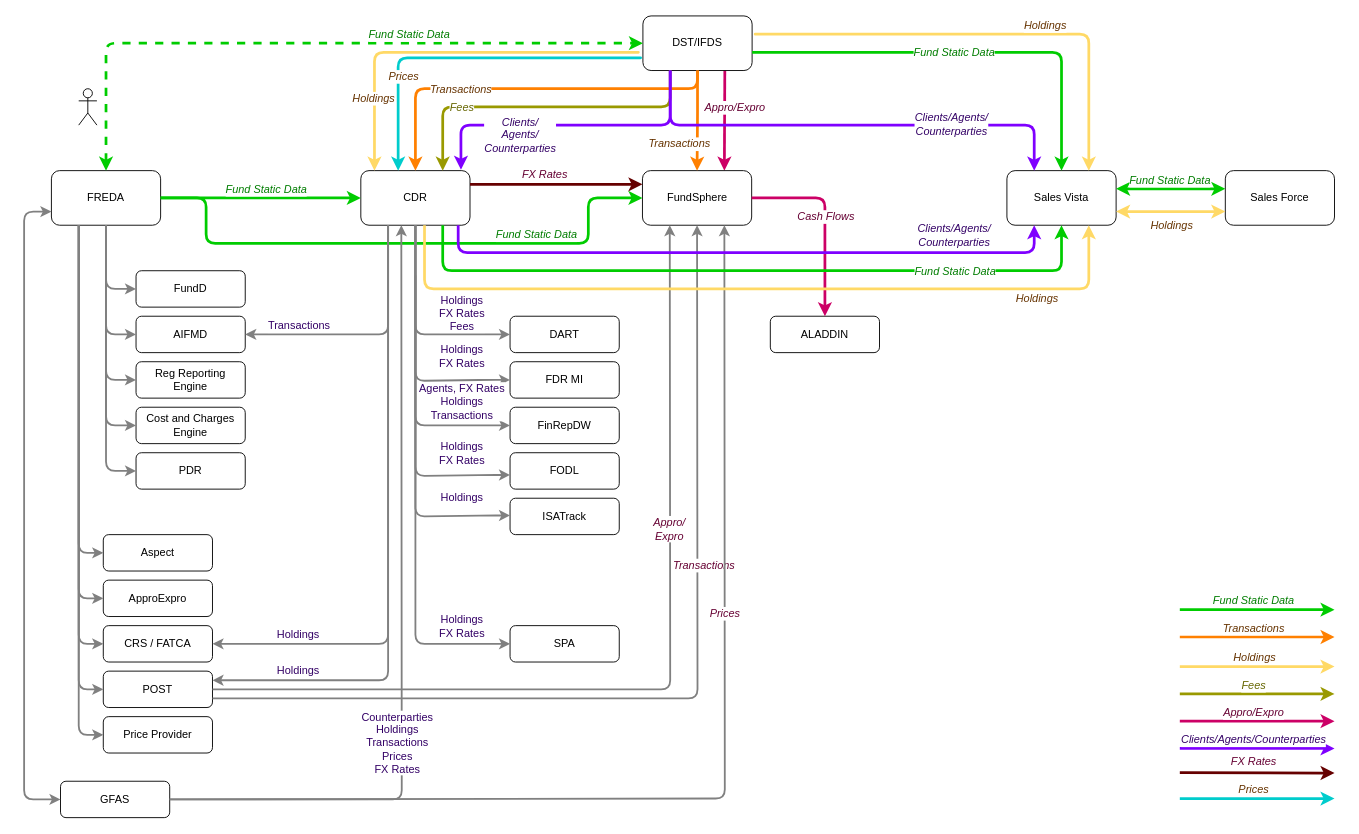
Before: GOS TA data flows.drawio in rodinan/Price-Provider, a draw.io diagram. Source tidied: cells renumbered, new cells numbered last; positions are measured from the earlier drawing's top-left corner, leaving out a move shared by most shapes. Both pictures are drawn from the tidied source at 91%, with x=0, y=0 at pixel (24, 15).
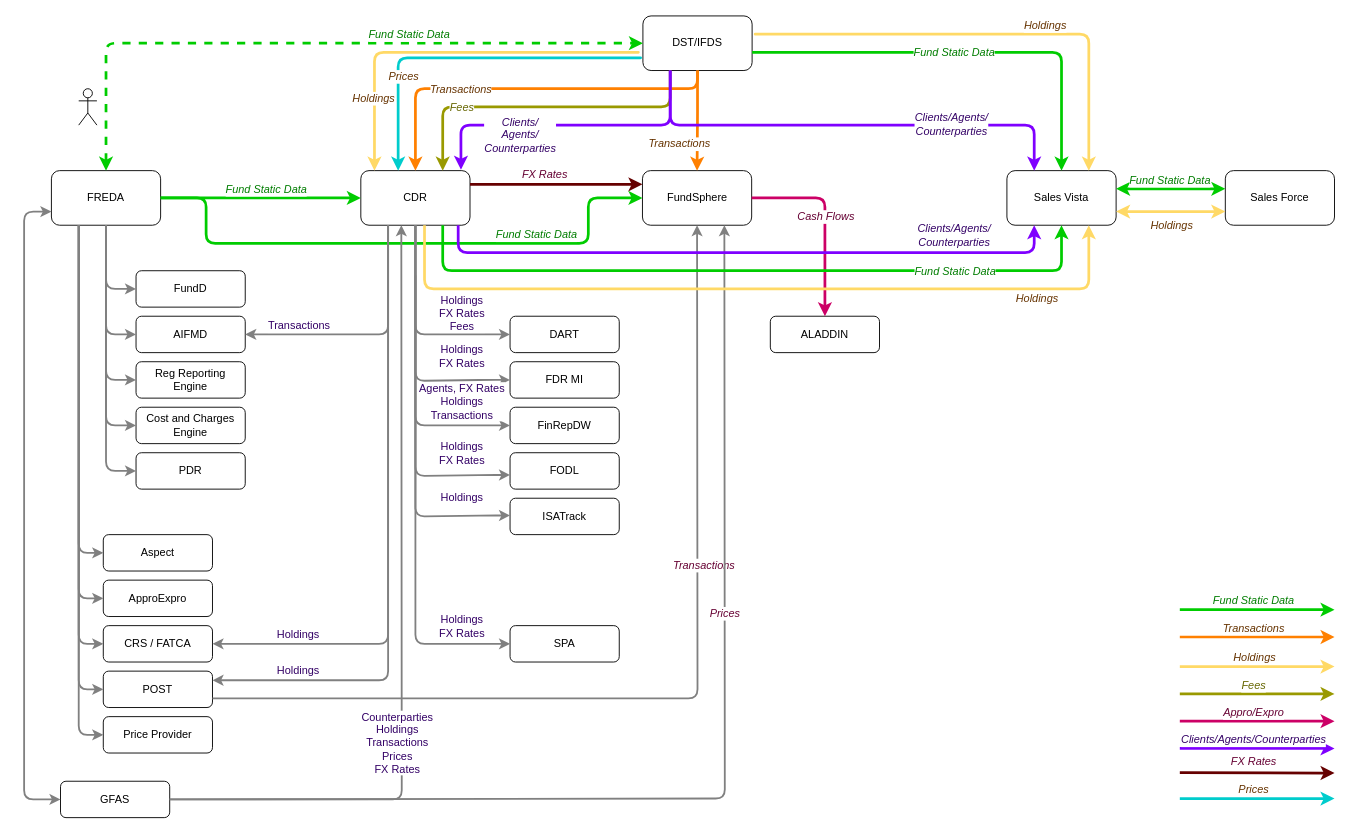
The same page after the edit.

The change refers to these unchanged cells:
```xml
<mxCell id="4" value="DST/IFDS" style="rounded=1;whiteSpace=wrap;html=1;" parent="1" vertex="1">
  <mxGeometry x="680" width="120" height="60" as="geometry" />
</mxCell>
<mxCell id="7" value="FundSphere" style="rounded=1;whiteSpace=wrap;html=1;" parent="1" vertex="1">
  <mxGeometry x="679.5" y="170" width="120" height="60" as="geometry" />
</mxCell>
<mxCell id="30" value="POST" style="rounded=1;whiteSpace=wrap;html=1;" parent="1" vertex="1">
  <mxGeometry x="87" y="720" width="120" height="40" as="geometry" />
</mxCell>
```

What changed in the source:
```diff
@@
-    <mxCell id="2" style="endArrow=classic;html=1;strokeColor=#CC0066;strokeWidth=3;exitX=0.75;exitY=1;exitDx=0;exitDy=0;entryX=0.75;entryY=0;entryDx=0;entryDy=0;" parent="1" edge="1" source="4" target="7">
-      <mxGeometry relative="1" as="geometry" />
-    </mxCell>
-    <mxCell id="3" value="Appro/Expro" style="text;html=1;align=center;verticalAlign=middle;labelBackgroundColor=#ffffff;fontColor=#660033;fontStyle=2;" parent="2" vertex="1">
-      <mxGeometry x="0.4" y="6" relative="1" as="geometry">
-        <mxPoint x="4.5" y="-37" as="offset" />
-      </mxGeometry>
-    </mxCell>
@@
-    <mxCell id="51" style="endArrow=classic;html=1;strokeColor=#808080;strokeWidth=2;entryX=0.25;entryY=1;entryDx=0;entryDy=0;exitX=1;exitY=0.5;exitDx=0;exitDy=0;" parent="1" edge="1" source="30" target="7">
-      <mxGeometry relative="1" as="geometry">
-        <Array as="points">
-          <mxPoint x="710" y="740" />
-        </Array>
-      </mxGeometry>
-    </mxCell>
-    <mxCell id="52" value="Appro/&lt;br&gt;Expro" style="text;html=1;align=center;verticalAlign=middle;labelBackgroundColor=#ffffff;fontColor=#660033;fontStyle=2;" parent="51" vertex="1">
-      <mxGeometry x="0.4" y="6" relative="1" as="geometry">
-        <mxPoint x="5" y="29" as="offset" />
-      </mxGeometry>
-    </mxCell>
```
